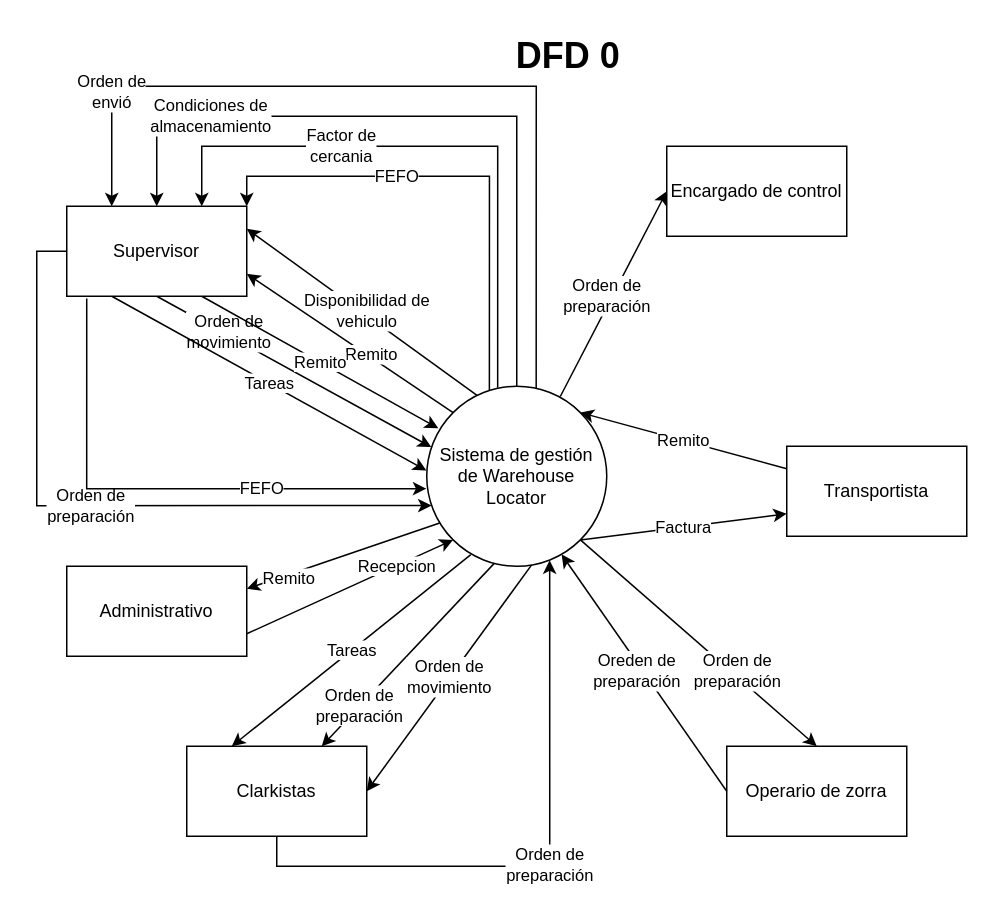
The draw.io diagram page "DFD" (1 of 2) of DFD_Integrador_MetII.drawio in JEOrellano/TUSI_MetII_Grupo12_DFD_Integrador, before the edit. Source tidied: cells renumbered, new cells numbered last; positions are measured from the earlier drawing's top-left corner, leaving out a move shared by most shapes. Both pictures are drawn from the tidied source at 150%, with x=0, y=0 at pixel (36, 26).
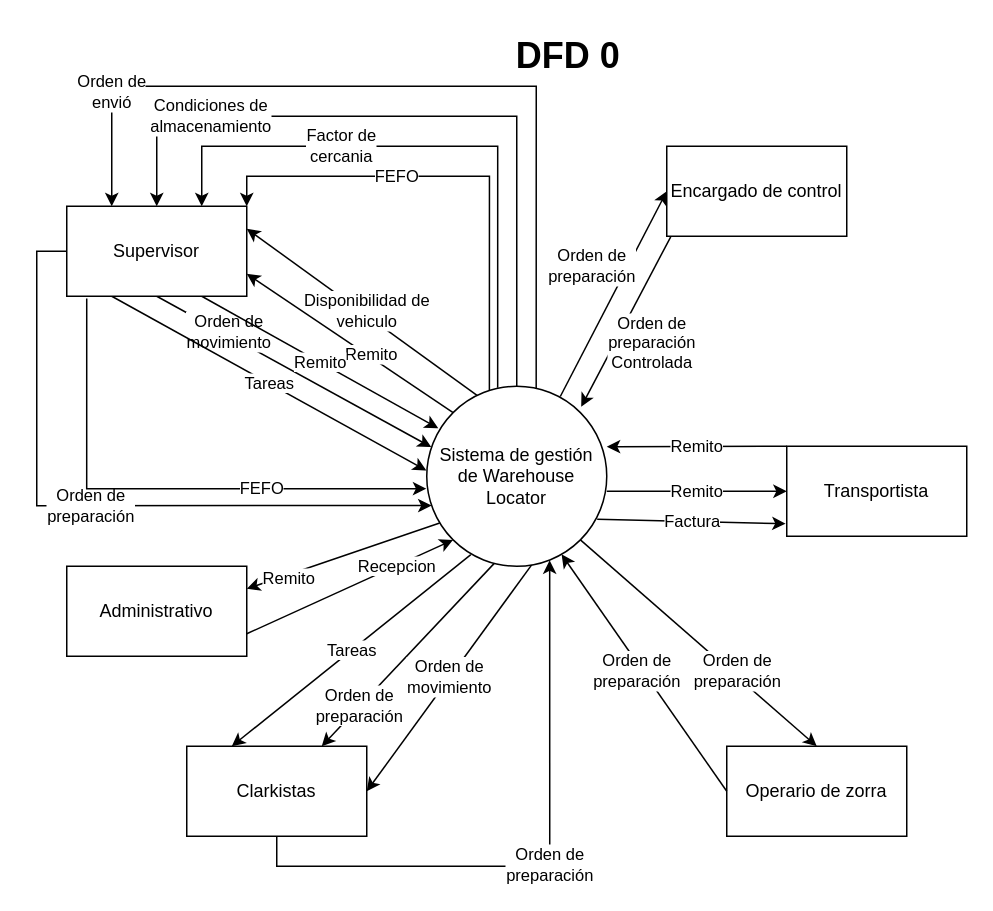
The same page after the edit.

Unchanged cells that the change refers to:
```xml
<mxCell id="16" value="&lt;font style=&quot;font-size: 12px;&quot;&gt;Sistema de gestión de Warehouse Locator&lt;/font&gt;" style="ellipse;whiteSpace=wrap;html=1;" parent="1" vertex="1">
  <mxGeometry x="260" y="240" width="120" height="120" as="geometry" />
</mxCell>
<mxCell id="22" value="Transportista" style="rounded=0;whiteSpace=wrap;html=1;" parent="1" vertex="1">
  <mxGeometry x="500" y="280" width="120" height="60" as="geometry" />
</mxCell>
<mxCell id="27" value="Encargado de control" style="rounded=0;whiteSpace=wrap;html=1;" parent="1" vertex="1">
  <mxGeometry x="420" y="80" width="120" height="60" as="geometry" />
</mxCell>
<mxCell id="28" value="Operario de zorra" style="rounded=0;whiteSpace=wrap;html=1;" parent="1" vertex="1">
  <mxGeometry x="460" y="480" width="120" height="60" as="geometry" />
</mxCell>
```

Diff of the diagram source:
```diff
@@
-    <mxCell id="6" value="Factura" style="rounded=0;jettySize=auto;html=1;exitX=1;exitY=1;exitDx=0;exitDy=0;entryX=0;entryY=0.75;entryDx=0;entryDy=0;" parent="1" edge="1" source="16" target="22">
+    <mxCell id="6" value="Factura" style="rounded=0;jettySize=auto;html=1;entryX=-0.006;entryY=0.861;entryDx=0;entryDy=0;entryPerimeter=0;exitX=0.947;exitY=0.739;exitDx=0;exitDy=0;exitPerimeter=0;" parent="1" edge="1" source="16" target="22">
       <mxGeometry relative="1" as="geometry" />
     </mxCell>
@@
     <mxCell id="10" value="Orden de&lt;br&gt;preparación" style="rounded=0;jettySize=auto;html=1;exitX=0.742;exitY=0.057;exitDx=0;exitDy=0;entryX=0;entryY=0.5;entryDx=0;entryDy=0;exitPerimeter=0;" parent="1" edge="1" source="16" target="27">
-      <mxGeometry x="-0.05" y="4" relative="1" as="geometry">
-        <mxPoint x="1" as="offset" />
-      </mxGeometry>
+      <mxGeometry x="0.13" y="21" relative="1" as="geometry" />
     </mxCell>
@@
-    <mxCell id="21" value="Remito" style="rounded=0;jettySize=auto;html=1;exitX=0;exitY=0.25;exitDx=0;exitDy=0;entryX=1;entryY=0;entryDx=0;entryDy=0;" parent="1" edge="1" source="22" target="16">
+    <mxCell id="21" value="Remito" style="rounded=0;jettySize=auto;html=1;exitX=0;exitY=0;exitDx=0;exitDy=0;entryX=1;entryY=0.336;entryDx=0;entryDy=0;entryPerimeter=0;" parent="1" edge="1" source="22" target="16">
       <mxGeometry relative="1" as="geometry" />
     </mxCell>
@@
-    <mxCell id="30" value="Oreden de&lt;br&gt;preparación" style="rounded=0;jettySize=auto;html=1;exitX=0;exitY=0.5;exitDx=0;exitDy=0;entryX=0.749;entryY=0.934;entryDx=0;entryDy=0;entryPerimeter=0;" parent="1" edge="1" source="28" target="16">
+    <mxCell id="30" value="Orden de&lt;br&gt;preparación" style="rounded=0;jettySize=auto;html=1;exitX=0;exitY=0.5;exitDx=0;exitDy=0;entryX=0.749;entryY=0.934;entryDx=0;entryDy=0;entryPerimeter=0;" parent="1" edge="1" source="28" target="16">
       <mxGeometry x="0.04" y="3" relative="1" as="geometry" />
     </mxCell>
@@
+    <mxCell id="32" style="rounded=0;jettySize=auto;html=1;exitX=0.022;exitY=1.006;exitDx=0;exitDy=0;exitPerimeter=0;entryX=0.858;entryY=0.114;entryDx=0;entryDy=0;entryPerimeter=0;" parent="1" edge="1" source="27" target="16">
+      <mxGeometry x="-0.05" y="4" relative="1" as="geometry">
+        <mxPoint x="1" as="offset" />
+      </mxGeometry>
+    </mxCell>
+    <mxCell id="33" value="Orden de&lt;br&gt;preparación&lt;br&gt;Controlada" style="edgeLabel;html=1;align=center;verticalAlign=middle;" parent="32" vertex="1">
+      <mxGeometry x="-0.18" y="1" relative="1" as="geometry">
+        <mxPoint x="11" y="23" as="offset" />
+      </mxGeometry>
+    </mxCell>
+    <mxCell id="34" value="Remito" style="rounded=0;jettySize=auto;html=1;exitX=1;exitY=0.583;exitDx=0;exitDy=0;entryX=0;entryY=0.5;entryDx=0;entryDy=0;exitPerimeter=0;" parent="1" edge="1" source="16" target="22">
+      <mxGeometry relative="1" as="geometry" />
+    </mxCell>
```
